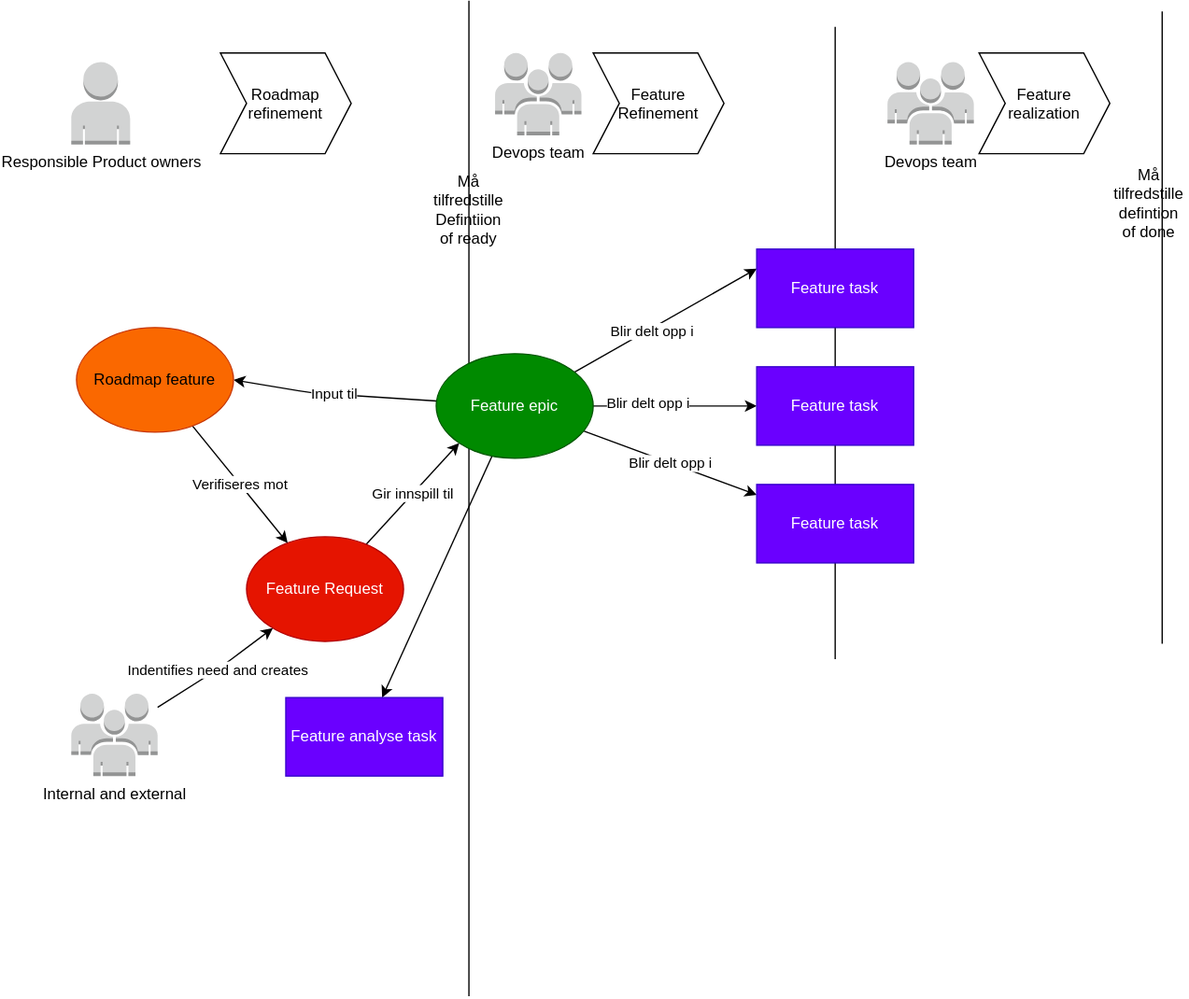
Earlier version of the draw.io export content/community/devops/roadmapprocess/roadmapprocess.drawio.svg (Altinn/altinn-studio-docs). Source tidied: cells renumbered, new cells last; positions are measured from the earlier drawing's top-left corner, leaving out a move shared by most shapes. Source of this version:
```xml
<mxGraphModel>
  <root>
    <mxCell id="0" />
    <mxCell id="1" parent="0" />
    <mxCell id="2" style="endArrow=none;html=1;startArrow=none;" parent="1" edge="1">
      <mxGeometry relative="1" as="geometry">
        <mxPoint x="304" y="761.4" as="sourcePoint" />
        <mxPoint x="304" as="targetPoint" />
      </mxGeometry>
    </mxCell>
    <mxCell id="3" style="endArrow=none;html=1;" parent="1" edge="1">
      <mxGeometry relative="1" as="geometry">
        <mxPoint x="584" y="503.6" as="sourcePoint" />
        <mxPoint x="584" y="20" as="targetPoint" />
      </mxGeometry>
    </mxCell>
    <mxCell id="4" value="Feature&#10;Refinement" style="shape=step;perimeter=stepPerimeter;fixedSize=1;" parent="1" vertex="1">
      <mxGeometry x="399" y="40" width="100" height="77" as="geometry" />
    </mxCell>
    <mxCell id="5" value="Feature&#10;realization" style="shape=step;perimeter=stepPerimeter;fixedSize=1;" parent="1" vertex="1">
      <mxGeometry x="694" y="40" width="100" height="77" as="geometry" />
    </mxCell>
    <mxCell id="6" value="Roadmap &#10;refinement" style="shape=step;perimeter=stepPerimeter;fixedSize=1;" parent="1" vertex="1">
      <mxGeometry x="114" y="40" width="100" height="77" as="geometry" />
    </mxCell>
    <mxCell id="7" value="Gir innspill til" style="edgeStyle=none;html=1;entryX=0;entryY=1;entryDx=0;entryDy=0;" parent="1" edge="1" source="8" target="27">
      <mxGeometry relative="1" as="geometry" />
    </mxCell>
    <mxCell id="8" value="Feature Request" style="ellipse;whiteSpace=wrap;html=1;fillColor=#e51400;fontColor=#ffffff;strokeColor=#B20000;" parent="1" vertex="1">
      <mxGeometry x="134" y="410" width="120" height="80" as="geometry" />
    </mxCell>
    <mxCell id="9" value="Input til&amp;nbsp;" style="edgeStyle=none;html=1;entryX=1;entryY=0.5;entryDx=0;entryDy=0;" parent="1" edge="1" source="27" target="11">
      <mxGeometry relative="1" as="geometry">
        <Array as="points">
          <mxPoint x="184" y="300" />
        </Array>
      </mxGeometry>
    </mxCell>
    <mxCell id="10" value="Verifiseres mot" style="edgeStyle=none;html=1;" parent="1" edge="1" source="11" target="8">
      <mxGeometry relative="1" as="geometry" />
    </mxCell>
    <mxCell id="11" value="Roadmap feature" style="ellipse;whiteSpace=wrap;html=1;fillColor=#fa6800;fontColor=#000000;strokeColor=#C73500;" parent="1" vertex="1">
      <mxGeometry x="4" y="250" width="120" height="80" as="geometry" />
    </mxCell>
    <mxCell id="12" value="Responsible Product owners" style="dashed=0;verticalLabelPosition=bottom;verticalAlign=top;align=center;html=1;shape=mxgraph.aws3.user;fillColor=#D2D3D3;gradientColor=none;" parent="1" vertex="1">
      <mxGeometry y="47" width="45" height="63" as="geometry" />
    </mxCell>
    <mxCell id="13" value="Devops team" style="dashed=0;verticalLabelPosition=bottom;verticalAlign=top;align=center;html=1;shape=mxgraph.aws3.users;fillColor=#D2D3D3;gradientColor=none;" parent="1" vertex="1">
      <mxGeometry x="624" y="47" width="66" height="63" as="geometry" />
    </mxCell>
    <mxCell id="14" value="Devops team" style="dashed=0;verticalLabelPosition=bottom;verticalAlign=top;align=center;html=1;shape=mxgraph.aws3.users;fillColor=#D2D3D3;gradientColor=none;" parent="1" vertex="1">
      <mxGeometry x="324" y="40" width="66" height="63" as="geometry" />
    </mxCell>
    <mxCell id="15" style="edgeStyle=none;html=1;entryX=0;entryY=0.25;entryDx=0;entryDy=0;" parent="1" edge="1" source="27" target="20">
      <mxGeometry relative="1" as="geometry" />
    </mxCell>
    <mxCell id="16" value="Blir delt opp i" style="edgeLabel;html=1;align=center;verticalAlign=middle;" parent="15" vertex="1">
      <mxGeometry x="-0.17" y="-2" relative="1" as="geometry" />
    </mxCell>
    <mxCell id="17" style="edgeStyle=none;html=1;" parent="1" edge="1" source="27" target="22">
      <mxGeometry relative="1" as="geometry" />
    </mxCell>
    <mxCell id="18" value="Blir delt opp i" style="edgeLabel;html=1;align=center;verticalAlign=middle;" parent="17" vertex="1">
      <mxGeometry x="-0.35" y="3" relative="1" as="geometry" />
    </mxCell>
    <mxCell id="19" value="Blir delt opp i" style="edgeStyle=none;html=1;" parent="1" edge="1" source="27" target="21">
      <mxGeometry relative="1" as="geometry" />
    </mxCell>
    <mxCell id="20" value="Feature task" style="rounded=0;whiteSpace=wrap;html=1;fillColor=#6a00ff;fontColor=#ffffff;strokeColor=#3700CC;" parent="1" vertex="1">
      <mxGeometry x="524" y="190" width="120" height="60" as="geometry" />
    </mxCell>
    <mxCell id="21" value="Feature task" style="rounded=0;whiteSpace=wrap;html=1;fillColor=#6a00ff;fontColor=#ffffff;strokeColor=#3700CC;" parent="1" vertex="1">
      <mxGeometry x="524" y="370" width="120" height="60" as="geometry" />
    </mxCell>
    <mxCell id="22" value="Feature task" style="rounded=0;whiteSpace=wrap;html=1;fillColor=#6a00ff;fontColor=#ffffff;strokeColor=#3700CC;" parent="1" vertex="1">
      <mxGeometry x="524" y="280" width="120" height="60" as="geometry" />
    </mxCell>
    <mxCell id="23" value="Må tilfredstille Defintiion of ready" style="text;html=1;strokeColor=none;fillColor=none;align=center;verticalAlign=middle;whiteSpace=wrap;rounded=0;" parent="1" vertex="1">
      <mxGeometry x="274" y="145" width="60" height="30" as="geometry" />
    </mxCell>
    <mxCell id="24" style="endArrow=none;html=1;" parent="1" edge="1">
      <mxGeometry relative="1" as="geometry">
        <mxPoint x="834" y="491.8" as="sourcePoint" />
        <mxPoint x="834" y="8.2" as="targetPoint" />
      </mxGeometry>
    </mxCell>
    <mxCell id="25" value="Må tilfredstille defintion of done" style="text;html=1;strokeColor=none;fillColor=none;align=center;verticalAlign=middle;whiteSpace=wrap;rounded=0;" parent="1" vertex="1">
      <mxGeometry x="794" y="140" width="60" height="30" as="geometry" />
    </mxCell>
    <mxCell id="26" style="edgeStyle=none;html=1;" parent="1" edge="1" source="27" target="30">
      <mxGeometry relative="1" as="geometry" />
    </mxCell>
    <mxCell id="27" value="Feature epic" style="ellipse;whiteSpace=wrap;html=1;fillColor=#008a00;fontColor=#ffffff;strokeColor=#005700;" parent="1" vertex="1">
      <mxGeometry x="279" y="270" width="120" height="80" as="geometry" />
    </mxCell>
    <mxCell id="28" value="Indentifies need and creates" style="edgeStyle=none;html=1;" parent="1" edge="1" source="29" target="8">
      <mxGeometry relative="1" as="geometry">
        <Array as="points">
          <mxPoint x="114" y="510" />
        </Array>
      </mxGeometry>
    </mxCell>
    <mxCell id="29" value="Internal and external&amp;nbsp;" style="outlineConnect=0;dashed=0;verticalLabelPosition=bottom;verticalAlign=top;align=center;html=1;shape=mxgraph.aws3.users;fillColor=#D2D3D3;gradientColor=none;" parent="1" vertex="1">
      <mxGeometry y="530" width="66" height="63" as="geometry" />
    </mxCell>
    <mxCell id="30" value="Feature analyse task" style="rounded=0;whiteSpace=wrap;html=1;fillColor=#6a00ff;fontColor=#ffffff;strokeColor=#3700CC;" parent="1" vertex="1">
      <mxGeometry x="164" y="533" width="120" height="60" as="geometry" />
    </mxCell>
  </root>
</mxGraphModel>
```
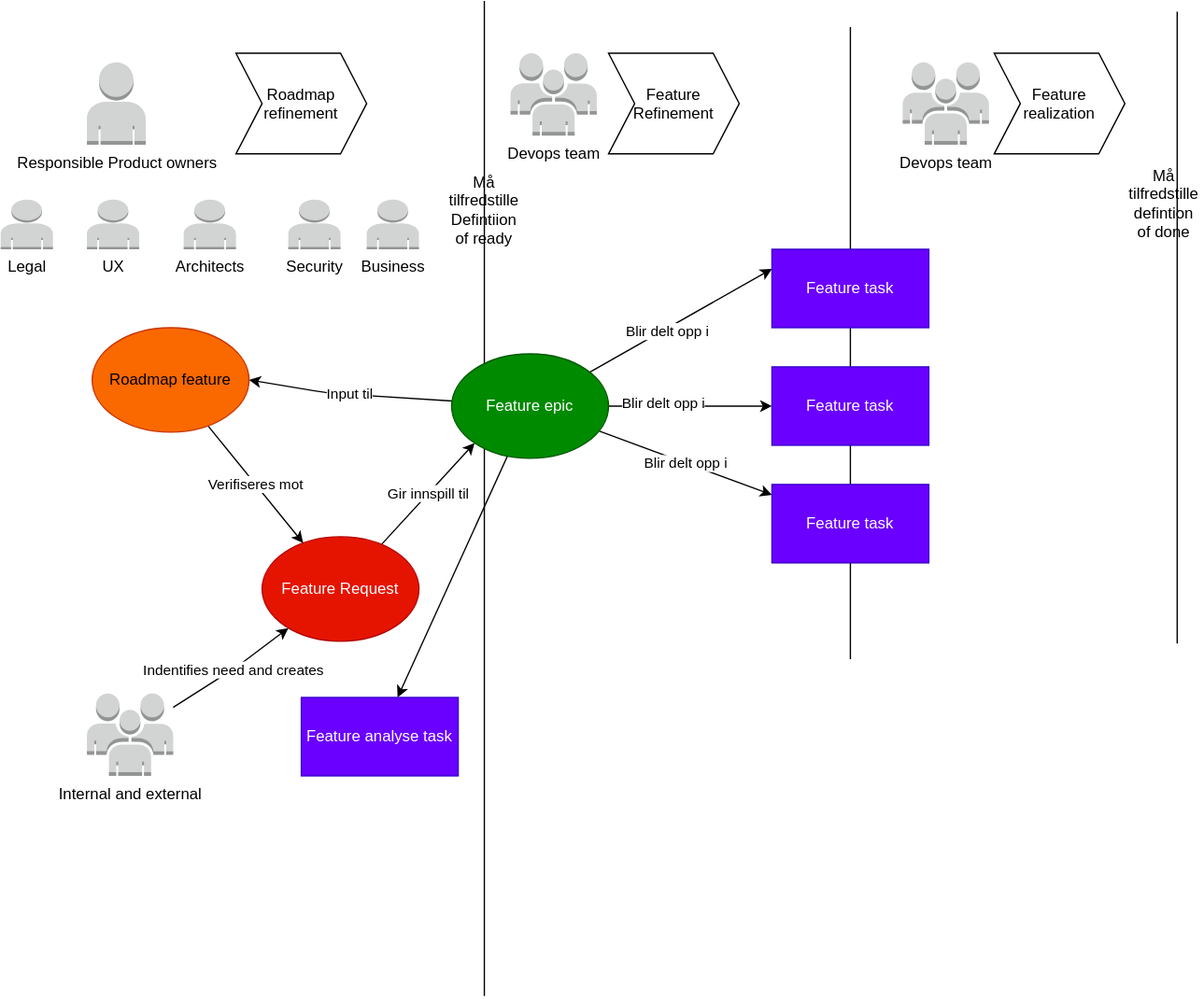
The same diagram one commit later.

What changed in the source:
```diff
@@ -106,5 +106,20 @@
     <mxCell id="30" value="Feature analyse task" style="rounded=0;whiteSpace=wrap;html=1;fillColor=#6a00ff;fontColor=#ffffff;strokeColor=#3700CC;" parent="1" vertex="1">
       <mxGeometry x="164" y="533" width="120" height="60" as="geometry" />
     </mxCell>
+    <mxCell id="31" value="UX" style="dashed=0;verticalLabelPosition=bottom;verticalAlign=top;align=center;html=1;shape=mxgraph.aws3.user;fillColor=#D2D3D3;gradientColor=none;" parent="1" vertex="1">
+      <mxGeometry y="152" width="40" height="38" as="geometry" />
+    </mxCell>
+    <mxCell id="32" value="Architects" style="dashed=0;verticalLabelPosition=bottom;verticalAlign=top;align=center;html=1;shape=mxgraph.aws3.user;fillColor=#D2D3D3;gradientColor=none;" parent="1" vertex="1">
+      <mxGeometry x="74" y="152" width="40" height="38" as="geometry" />
+    </mxCell>
+    <mxCell id="33" value="Security" style="dashed=0;verticalLabelPosition=bottom;verticalAlign=top;align=center;html=1;shape=mxgraph.aws3.user;fillColor=#D2D3D3;gradientColor=none;" parent="1" vertex="1">
+      <mxGeometry x="154" y="152" width="40" height="38" as="geometry" />
+    </mxCell>
+    <mxCell id="34" value="Business" style="dashed=0;verticalLabelPosition=bottom;verticalAlign=top;align=center;html=1;shape=mxgraph.aws3.user;fillColor=#D2D3D3;gradientColor=none;" parent="1" vertex="1">
+      <mxGeometry x="214" y="152" width="40" height="38" as="geometry" />
+    </mxCell>
+    <mxCell id="35" value="Legal" style="dashed=0;verticalLabelPosition=bottom;verticalAlign=top;align=center;html=1;shape=mxgraph.aws3.user;fillColor=#D2D3D3;gradientColor=none;" parent="1" vertex="1">
+      <mxGeometry x="-66" y="152" width="40" height="38" as="geometry" />
+    </mxCell>
   </root>
 </mxGraphModel>
```
